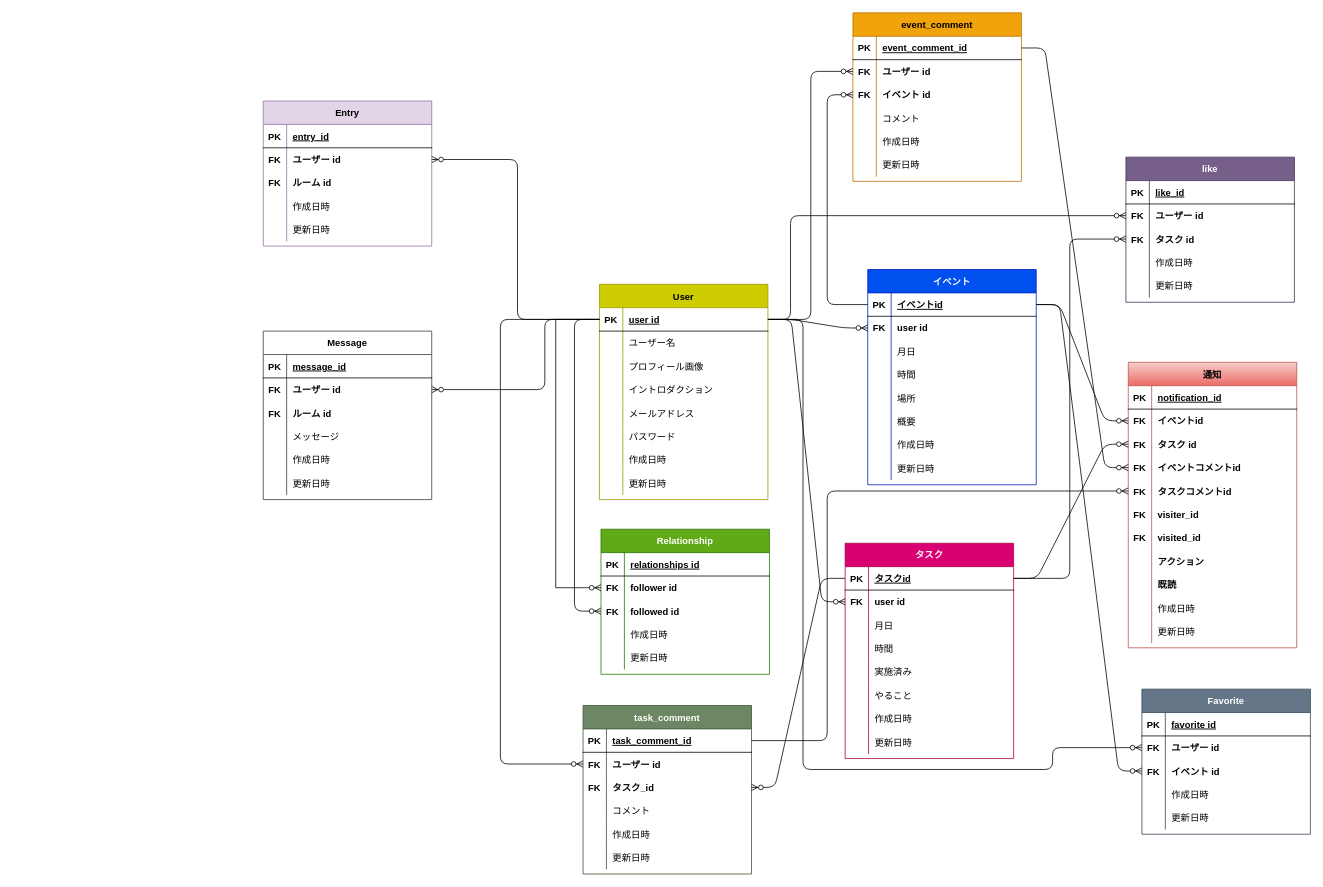
The draw.io diagram specification/ER figure.drawio in MurapyonCorp/My-Portfolio, before the edit. Source tidied: cells renumbered, new cells numbered last; positions are measured from the earlier drawing's top-left corner, leaving out a move shared by most shapes. Both pictures are drawn from the tidied source at 78%, with x=0, y=0 at pixel (263, 12).
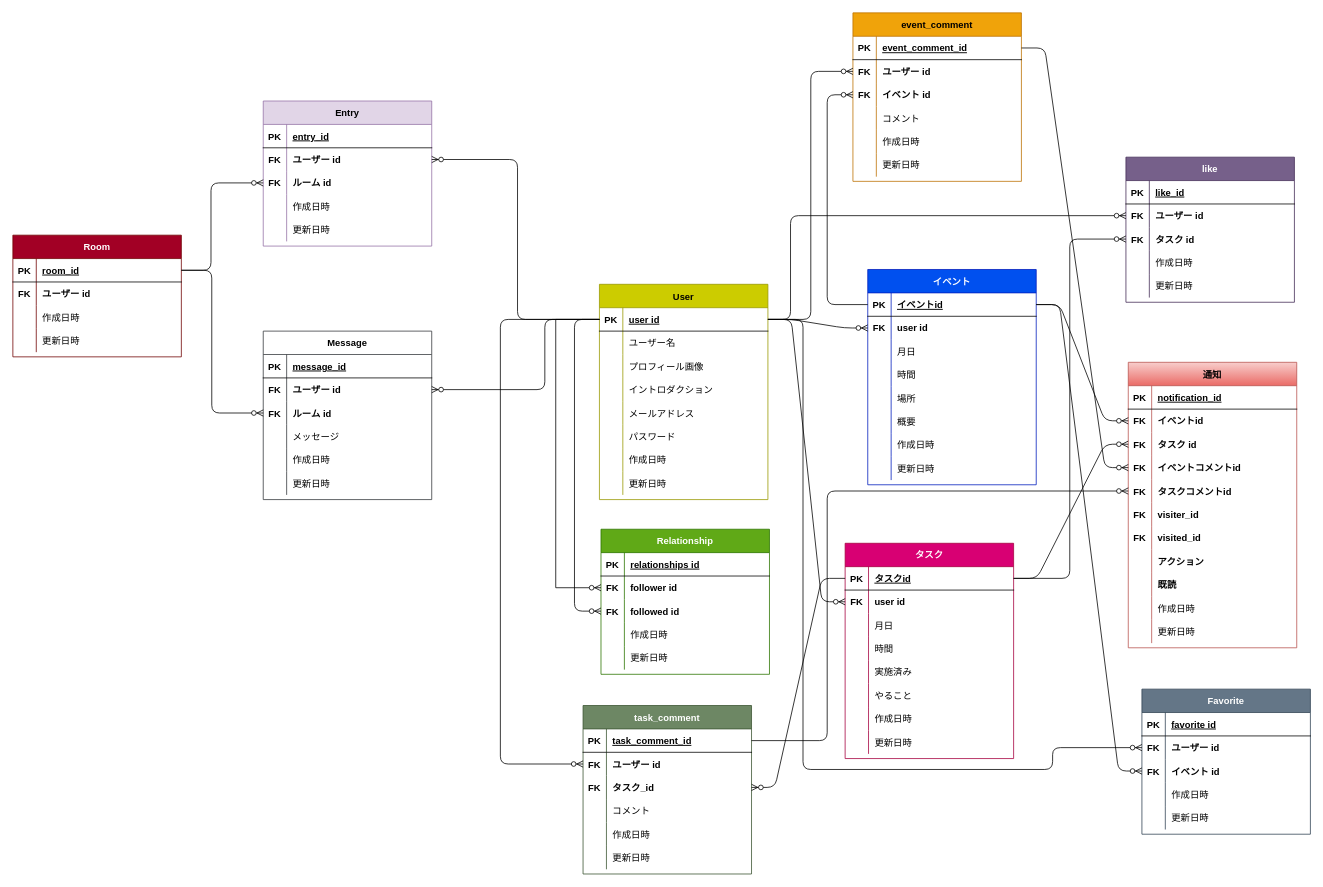
Above is the later version.

Commit message:
Roomモデル図作成

Unchanged cells that the change refers to:
```xml
<mxCell id="220" style="shape=partialRectangle;fillColor=none;top=0;left=0;bottom=0;right=0;points=[[0,0.5],[1,0.5]];portConstraint=eastwest;" parent="213" vertex="1">
  <mxGeometry y="90" width="216" height="30" as="geometry" />
</mxCell>
<mxCell id="237" style="shape=partialRectangle;fillColor=none;top=0;left=0;bottom=0;right=0;points=[[0,0.5],[1,0.5]];portConstraint=eastwest;" parent="230" vertex="1">
  <mxGeometry y="90" width="216" height="30" as="geometry" />
</mxCell>
```

The edit, as a diff of the source:
```diff
@@
+    <mxCell id="250" value="Room" style="shape=table;startSize=30;childLayout=tableLayout;rowLines=0;fontStyle=1;align=center;strokeColor=#6F0000;fillColor=#a20025;fontColor=#ffffff;" parent="1" vertex="1">
+      <mxGeometry x="-321" y="285" width="216" height="156" as="geometry" />
+    </mxCell>
+    <mxCell id="251" style="shape=partialRectangle;fillColor=none;top=0;left=0;bottom=1;right=0;points=[[0,0.5],[1,0.5]];portConstraint=eastwest;" parent="250" vertex="1">
+      <mxGeometry y="30" width="216" height="30" as="geometry" />
+    </mxCell>
+    <mxCell id="252" value="PK" style="shape=partialRectangle;fillColor=none;top=0;left=0;bottom=0;right=0;fontStyle=1;overflow=hidden;fontColor=#000000;" parent="251" vertex="1">
+      <mxGeometry width="30" height="30" as="geometry" />
+    </mxCell>
+    <mxCell id="253" value="room_id" style="shape=partialRectangle;fillColor=none;top=0;left=0;bottom=0;right=0;align=left;spacingLeft=6;fontStyle=5;overflow=hidden;fontColor=#000000;" parent="251" vertex="1">
+      <mxGeometry x="30" width="186" height="30" as="geometry" />
+    </mxCell>
+    <mxCell id="254" style="shape=partialRectangle;fillColor=none;top=0;left=0;bottom=0;right=0;" parent="250" vertex="1">
+      <mxGeometry y="60" width="216" height="30" as="geometry" />
+    </mxCell>
+    <mxCell id="255" value="FK" style="shape=partialRectangle;fillColor=none;top=0;left=0;bottom=0;right=0;fontStyle=1;overflow=hidden;fontColor=#000000;strokeColor=#000000;" parent="254" vertex="1">
+      <mxGeometry width="30" height="30" as="geometry" />
+    </mxCell>
+    <mxCell id="256" value="ユーザー id" style="shape=partialRectangle;fillColor=none;top=0;left=0;bottom=0;right=0;align=left;spacingLeft=6;fontStyle=1;overflow=hidden;fontColor=#000000;strokeColor=#000000;strokeWidth=8;" parent="254" vertex="1">
+      <mxGeometry x="30" width="186" height="30" as="geometry" />
+    </mxCell>
+    <mxCell id="257" style="shape=partialRectangle;fillColor=none;top=0;left=0;bottom=0;right=0;" parent="250" vertex="1">
+      <mxGeometry y="90" width="216" height="30" as="geometry" />
+    </mxCell>
+    <mxCell id="258" style="shape=partialRectangle;fillColor=none;top=0;left=0;bottom=0;right=0;overflow=hidden;strokeColor=#999900;" parent="257" vertex="1">
+      <mxGeometry width="30" height="30" as="geometry" />
+    </mxCell>
+    <mxCell id="259" value="作成日時" style="shape=partialRectangle;fillColor=none;top=0;left=0;bottom=0;right=0;align=left;spacingLeft=6;overflow=hidden;fontColor=#000000;strokeColor=#999900;" parent="257" vertex="1">
+      <mxGeometry x="30" width="186" height="30" as="geometry" />
+    </mxCell>
+    <mxCell id="260" style="shape=partialRectangle;fillColor=none;top=0;left=0;bottom=0;right=0;" parent="250" vertex="1">
+      <mxGeometry y="120" width="216" height="30" as="geometry" />
+    </mxCell>
+    <mxCell id="261" style="shape=partialRectangle;fillColor=none;top=0;left=0;bottom=0;right=0;overflow=hidden;strokeColor=#999900;" parent="260" vertex="1">
+      <mxGeometry width="30" height="30" as="geometry" />
+    </mxCell>
+    <mxCell id="262" value="更新日時" style="shape=partialRectangle;fillColor=none;top=0;left=0;bottom=0;right=0;align=left;spacingLeft=6;overflow=hidden;fontColor=#000000;strokeColor=#999900;" parent="260" vertex="1">
+      <mxGeometry x="30" width="186" height="30" as="geometry" />
+    </mxCell>
+    <mxCell id="263" style="edgeStyle=elbowEdgeStyle;fontSize=12;html=1;endArrow=ERzeroToMany;endFill=1;strokeColor=#000000;exitX=1;exitY=0.5;exitDx=0;exitDy=0;entryX=0;entryY=0.5;entryDx=0;entryDy=0;" parent="1" edge="1" source="251" target="237">
+      <mxGeometry relative="1" as="geometry">
+        <Array as="points">
+          <mxPoint x="-66" y="425" />
+        </Array>
+      </mxGeometry>
+    </mxCell>
+    <mxCell id="264" style="edgeStyle=elbowEdgeStyle;fontSize=12;html=1;endArrow=ERzeroToMany;endFill=1;strokeColor=#000000;exitX=1;exitY=0.5;exitDx=0;exitDy=0;entryX=0;entryY=0.5;entryDx=0;entryDy=0;" parent="1" edge="1" source="251" target="220">
+      <mxGeometry relative="1" as="geometry">
+        <Array as="points">
+          <mxPoint x="-67" y="266" />
+        </Array>
+      </mxGeometry>
+    </mxCell>
```
